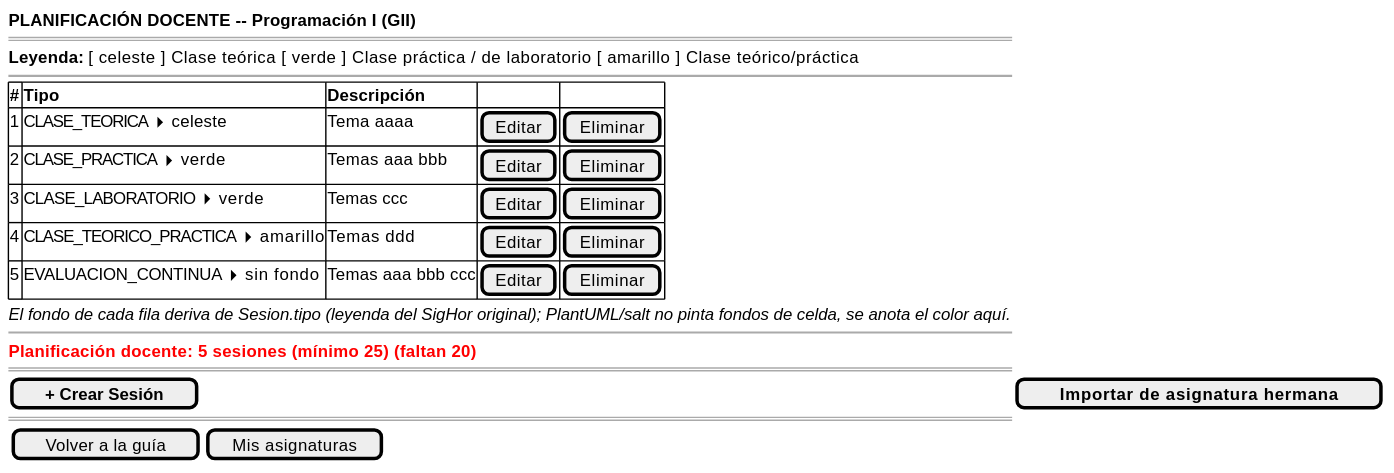
mmasias/pyCeldaPublico keeps this PlantUML diagram as images/RUP/01-requisitos/03-detalle-casos-uso/abrirPlanificacionDocente/wireframe.svg. Above is the earlier version. The source it was exported from:
```plantuml
@startsalt abrirPlanificacionDocente-wireframe
{
    <b>PLANIFICACIÓN DOCENTE -- Programación I (GII)</b>
    ====
    <b>Leyenda:</b> [ celeste ] Clase teórica   [ verde ] Clase práctica / de laboratorio   [ amarillo ] Clase teórico/práctica
    ~~
    {#
        <b># | <b>Tipo | <b>Descripción | . | .
        1 | CLASE_TEORICA <&caret-right> celeste | Tema aaaa | [Editar] | [Eliminar]
        2 | CLASE_PRACTICA <&caret-right> verde | Temas aaa bbb | [Editar] | [Eliminar]
        3 | CLASE_LABORATORIO <&caret-right> verde | Temas ccc | [Editar] | [Eliminar]
        4 | CLASE_TEORICO_PRACTICA <&caret-right> amarillo | Temas ddd | [Editar] | [Eliminar]
        5 | EVALUACION_CONTINUA <&caret-right> sin fondo | Temas aaa bbb ccc | [Editar] | [Eliminar]
    }
    <i>El fondo de cada fila deriva de Sesion.tipo (leyenda del SigHor original); PlantUML/salt no pinta fondos de celda, se anota el color aquí.</i>
    ~~
    <color:red><b>Planificación docente: 5 sesiones (mínimo 25) (faltan 20)</b></color>
    ====
    [ <b>+ Crear Sesión</b> ] | [ <b>Importar de asignatura hermana</b> ]
    ====
    {[Volver a la guía] | [Mis asignaturas]}
}
@endsalt
```
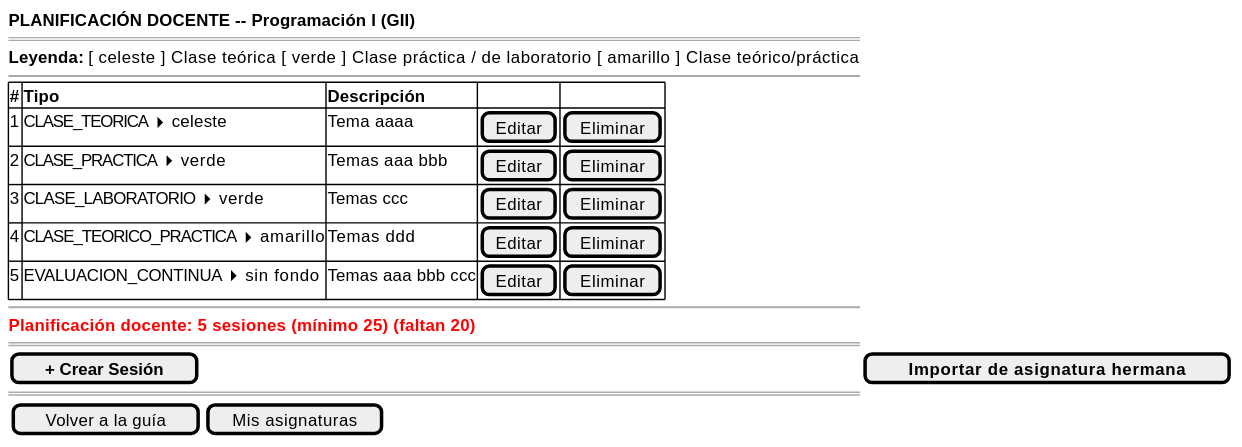
After the commit.

Change to the diagram source:
```diff
@@ -12,7 +12,6 @@
         4 | CLASE_TEORICO_PRACTICA <&caret-right> amarillo | Temas ddd | [Editar] | [Eliminar]
         5 | EVALUACION_CONTINUA <&caret-right> sin fondo | Temas aaa bbb ccc | [Editar] | [Eliminar]
     }
-    <i>El fondo de cada fila deriva de Sesion.tipo (leyenda del SigHor original); PlantUML/salt no pinta fondos de celda, se anota el color aquí.</i>
     ~~
     <color:red><b>Planificación docente: 5 sesiones (mínimo 25) (faltan 20)</b></color>
     ====
```
